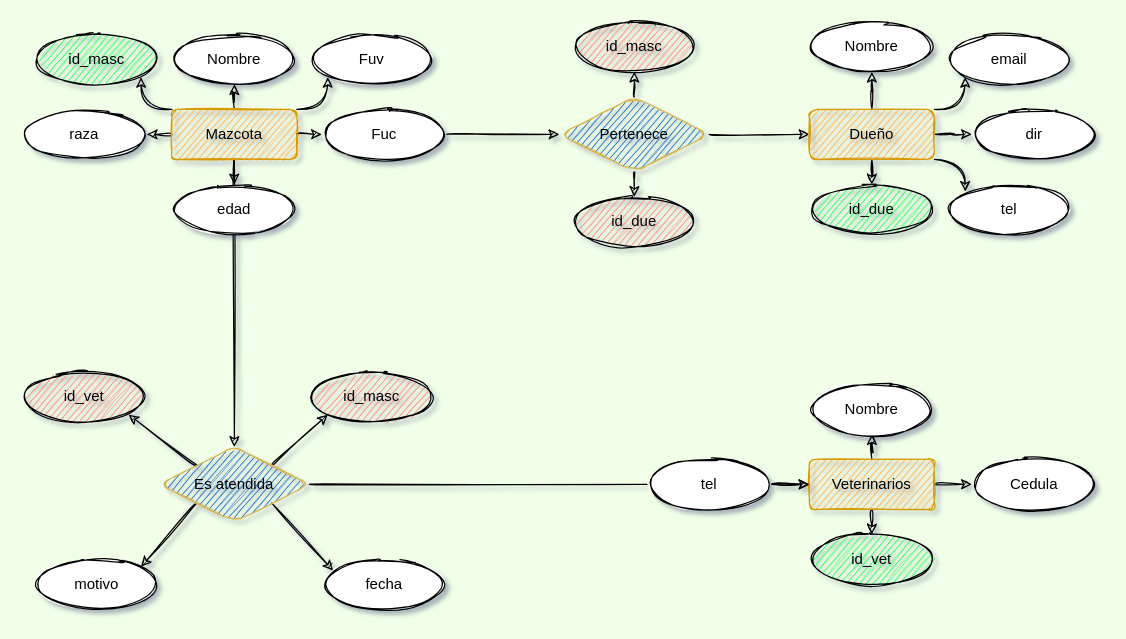
SeRaTo12/SeRaTo12 keeps this draw.io diagram as page "Página-1" (1 of 2) of Veterinaria.drawio. Above is the earlier version. Source tidied: cells renumbered, new cells numbered last; positions are measured from the earlier drawing's top-left corner, leaving out a move shared by most shapes. Both pictures are drawn from the tidied source at 125%, with x=0, y=0 at pixel (21, 21).
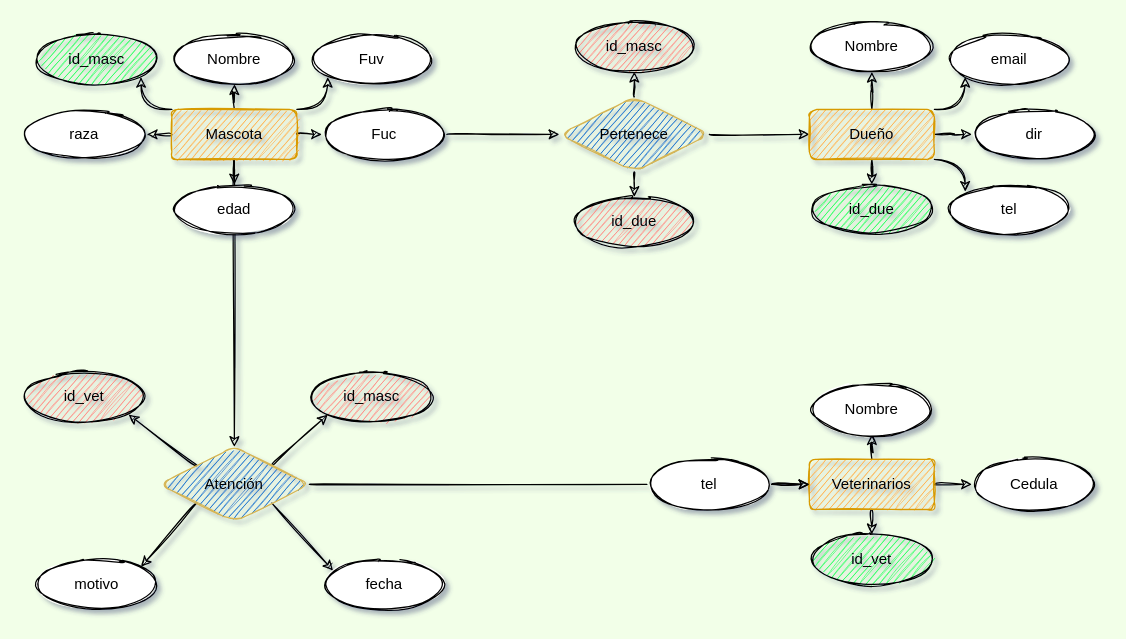
The same page after the edit.

The edit, as a diff of the source:
```diff
@@
-    <mxCell id="9" value="Mazcota" style="whiteSpace=wrap;html=1;align=center;fillColor=#FFAB3D;strokeColor=#d79b00;sketch=1;rounded=1;" parent="1" vertex="1">
+    <mxCell id="9" value="Mascota" style="whiteSpace=wrap;html=1;align=center;fillColor=#FFAB3D;strokeColor=#d79b00;sketch=1;rounded=1;" parent="1" vertex="1">
       <mxGeometry x="120" y="70" width="100" height="40" as="geometry" />
     </mxCell>
@@
-    <mxCell id="46" value="Es atendida" style="shape=rhombus;perimeter=rhombusPerimeter;whiteSpace=wrap;html=1;align=center;fillColor=#0066CC;strokeColor=#d6b656;sketch=1;rounded=1;" parent="1" vertex="1">
+    <mxCell id="46" value="Atención" style="shape=rhombus;perimeter=rhombusPerimeter;whiteSpace=wrap;html=1;align=center;fillColor=#0066CC;strokeColor=#d6b656;sketch=1;rounded=1;" parent="1" vertex="1">
       <mxGeometry x="110" y="340" width="120" height="60" as="geometry" />
     </mxCell>
```
